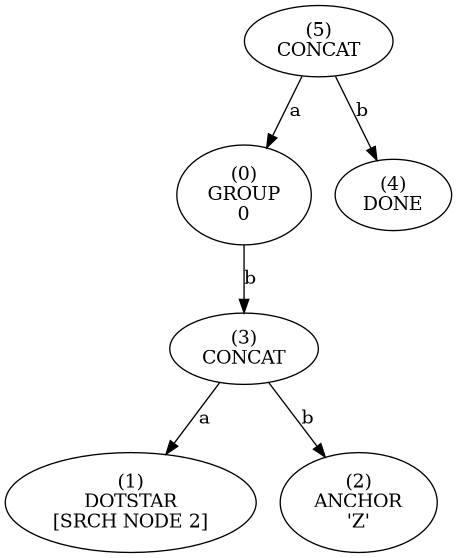
The Graphviz diagram tree/lee.png in essele/rele, before a commit. Its source is kept beside it as tree/lee.dot.
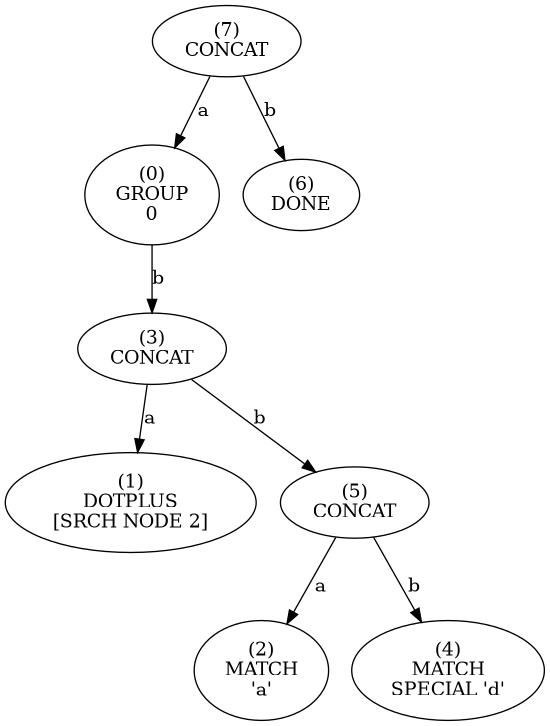
The same file after the commit.

Commit message:
Now fully working DOTPLUS implementation.

The edit, as a diff of the source:
```diff
@@ -1,25 +1,33 @@
 digraph tree {
-    n0xc07a5c0fa380 [label="(5)
+    n0xca44ed1973c0 [label="(7)
 CONCAT
 "];
-    n0xc07a5c0fa380 -> n0xc07a5c0fa2e0 [label="a"];
-    n0xc07a5c0fa2e0 [label="(0)
+    n0xca44ed1973c0 -> n0xca44ed1972e0 [label="a"];
+    n0xca44ed1972e0 [label="(0)
 GROUP
 0"];
-    n0xc07a5c0fa2e0 -> n0xc07a5c0fa340 [label="b"];
-    n0xc07a5c0fa340 [label="(3)
+    n0xca44ed1972e0 -> n0xca44ed197340 [label="b"];
+    n0xca44ed197340 [label="(3)
 CONCAT
 "];
-    n0xc07a5c0fa340 -> n0xc07a5c0fa300 [label="a"];
-    n0xc07a5c0fa300 [label="(1)
-DOTSTAR
+    n0xca44ed197340 -> n0xca44ed197300 [label="a"];
+    n0xca44ed197300 [label="(1)
+DOTPLUS
 [SRCH NODE 2]"];
-    n0xc07a5c0fa340 -> n0xc07a5c0fa320 [label="b"];
-    n0xc07a5c0fa320 [label="(2)
-ANCHOR
-'Z'"];
-    n0xc07a5c0fa380 -> n0xc07a5c0fa360 [label="b"];
-    n0xc07a5c0fa360 [label="(4)
+    n0xca44ed197340 -> n0xca44ed197380 [label="b"];
+    n0xca44ed197380 [label="(5)
+CONCAT
+"];
+    n0xca44ed197380 -> n0xca44ed197320 [label="a"];
+    n0xca44ed197320 [label="(2)
+MATCH
+'a'"];
+    n0xca44ed197380 -> n0xca44ed197360 [label="b"];
+    n0xca44ed197360 [label="(4)
+MATCH
+SPECIAL 'd'"];
+    n0xca44ed1973c0 -> n0xca44ed1973a0 [label="b"];
+    n0xca44ed1973a0 [label="(6)
 DONE
 "];
 }
```
